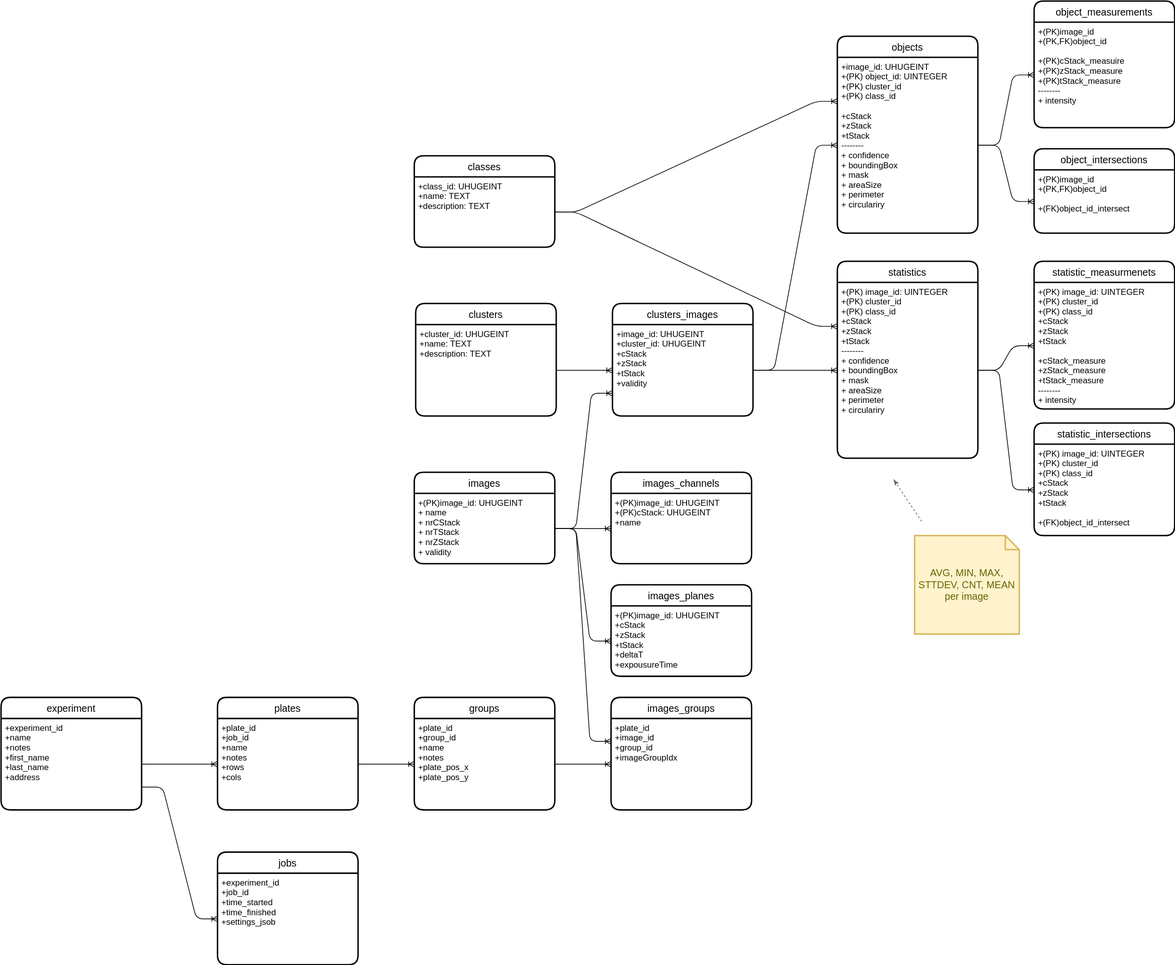
Above: doc/database_schema_new.drawio.svg in joda01/imagec (draw.io), before the change. Source tidied: cells renumbered, new cells last; positions are measured from the earlier drawing's top-left corner, leaving out a move shared by most shapes.
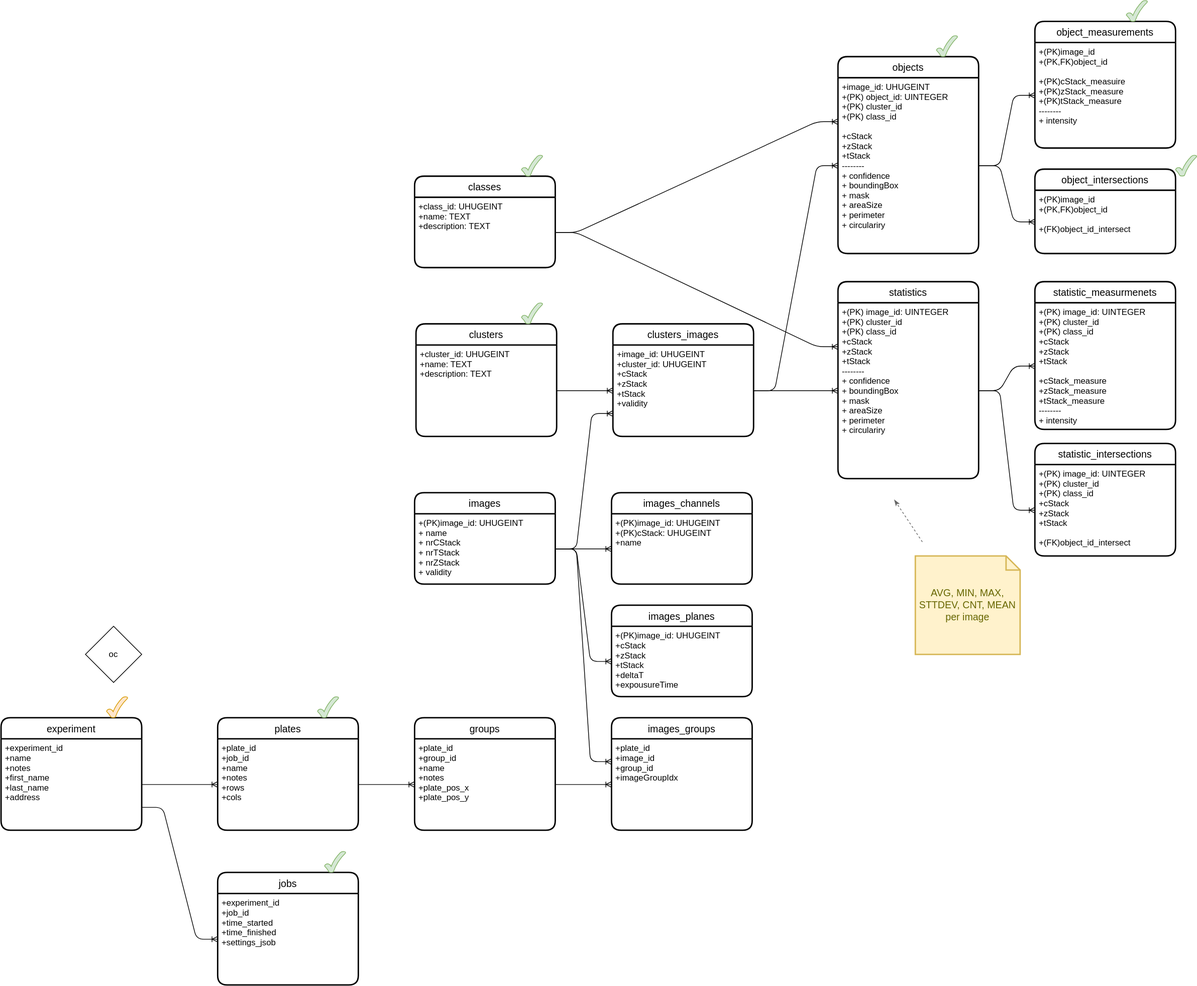
Later version of the same file.

Change to the diagram source:
```diff
@@ -164,5 +164,32 @@
     <mxCell id="54" style="edgeStyle=entityRelationEdgeStyle;fontSize=12;html=1;endArrow=ERoneToMany;exitX=1;exitY=0.75;exitDx=0;exitDy=0;entryX=0;entryY=0.5;entryDx=0;entryDy=0;" parent="1" edge="1" source="50" target="53">
       <mxGeometry relative="1" as="geometry" />
     </mxCell>
+    <mxCell id="55" style="verticalLabelPosition=bottom;verticalAlign=top;html=1;shape=mxgraph.basic.tick;fillColor=#d5e8d4;strokeColor=#82b366;" parent="1" vertex="1">
+      <mxGeometry x="450" y="960" width="30" height="30" as="geometry" />
+    </mxCell>
+    <mxCell id="56" style="verticalLabelPosition=bottom;verticalAlign=top;html=1;shape=mxgraph.basic.tick;fillColor=#d5e8d4;strokeColor=#82b366;" parent="1" vertex="1">
+      <mxGeometry x="460" y="1180" width="30" height="30" as="geometry" />
+    </mxCell>
+    <mxCell id="57" style="verticalLabelPosition=bottom;verticalAlign=top;html=1;shape=mxgraph.basic.tick;fillColor=#d5e8d4;strokeColor=#82b366;" parent="1" vertex="1">
+      <mxGeometry x="740" y="190" width="30" height="30" as="geometry" />
+    </mxCell>
+    <mxCell id="58" style="verticalLabelPosition=bottom;verticalAlign=top;html=1;shape=mxgraph.basic.tick;fillColor=#d5e8d4;strokeColor=#82b366;" parent="1" vertex="1">
+      <mxGeometry x="740" y="400" width="30" height="30" as="geometry" />
+    </mxCell>
+    <mxCell id="59" style="verticalLabelPosition=bottom;verticalAlign=top;html=1;shape=mxgraph.basic.tick;fillColor=#d5e8d4;strokeColor=#82b366;" parent="1" vertex="1">
+      <mxGeometry x="1330" y="20" width="30" height="30" as="geometry" />
+    </mxCell>
+    <mxCell id="60" style="verticalLabelPosition=bottom;verticalAlign=top;html=1;shape=mxgraph.basic.tick;fillColor=#d5e8d4;strokeColor=#82b366;" parent="1" vertex="1">
+      <mxGeometry x="1600" y="-30" width="30" height="30" as="geometry" />
+    </mxCell>
+    <mxCell id="61" style="verticalLabelPosition=bottom;verticalAlign=top;html=1;shape=mxgraph.basic.tick;fillColor=#d5e8d4;strokeColor=#82b366;" parent="1" vertex="1">
+      <mxGeometry x="1670" y="190" width="30" height="30" as="geometry" />
+    </mxCell>
+    <mxCell id="62" style="verticalLabelPosition=bottom;verticalAlign=top;html=1;shape=mxgraph.basic.tick;fillColor=#ffe6cc;strokeColor=#d79b00;" parent="1" vertex="1">
+      <mxGeometry x="150" y="960" width="30" height="30" as="geometry" />
+    </mxCell>
+    <mxCell id="63" value="oc" style="rhombus;whiteSpace=wrap;html=1;" parent="1" vertex="1">
+      <mxGeometry x="120" y="860" width="80" height="80" as="geometry" />
+    </mxCell>
   </root>
 </mxGraphModel>
```
